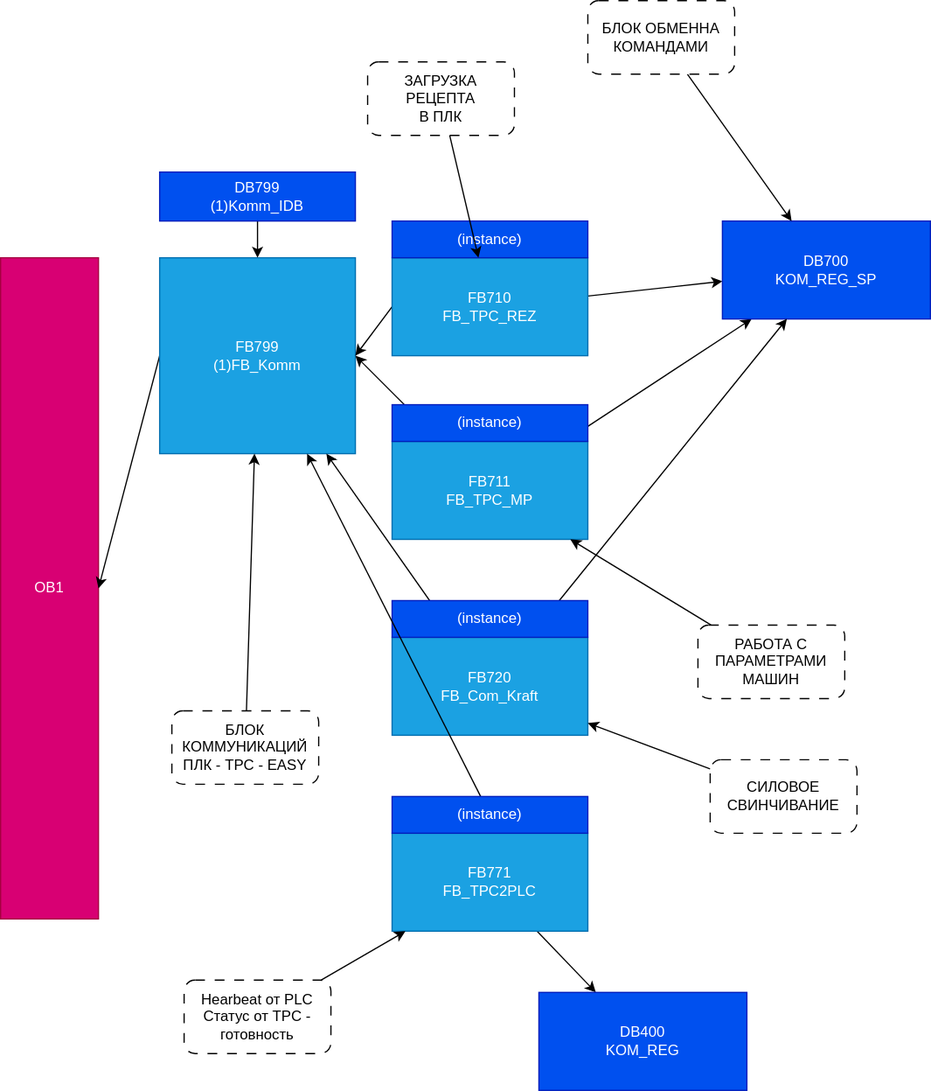
The draw.io diagram Doc/ПЛК400/OB1.drawio.svg in AlexFrick92/PNTZ.Mufta, before a commit. Source tidied: cells renumbered, new cells last; positions are measured from the earlier drawing's top-left corner, leaving out a move shared by most shapes.
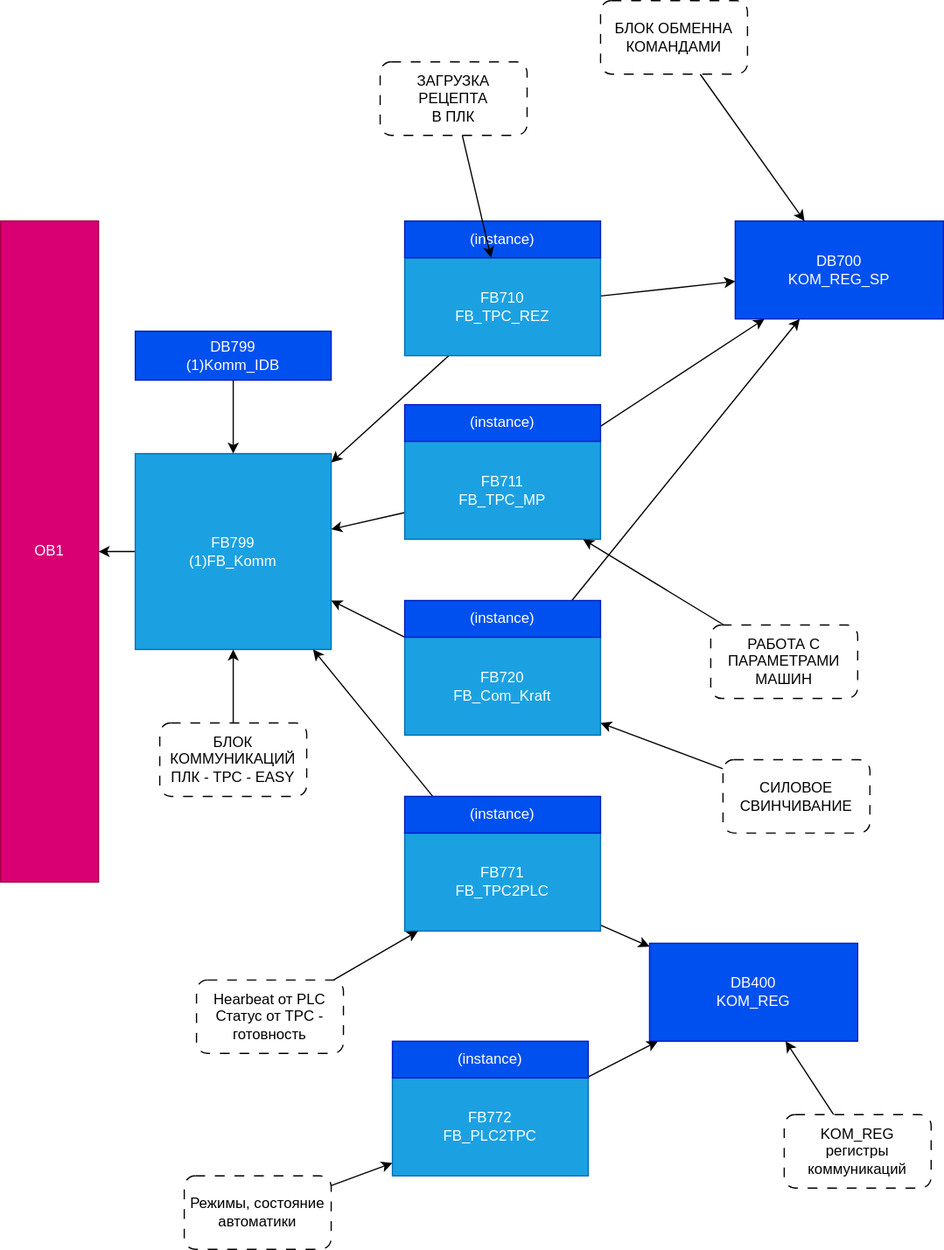
The same file after the commit.

The edit, as a diff of the source:
```diff
@@ -3,35 +3,35 @@
     <mxCell id="0" />
     <mxCell id="1" parent="0" />
     <mxCell id="2" value="OB1" style="rounded=0;whiteSpace=wrap;html=1;fillColor=#d80073;strokeColor=#A50040;fontColor=#ffffff;" parent="1" vertex="1">
-      <mxGeometry y="210" width="80" height="540" as="geometry" />
+      <mxGeometry x="-10" y="180" width="80" height="540" as="geometry" />
     </mxCell>
     <mxCell id="3" style="edgeStyle=none;html=1;exitX=0;exitY=0.5;exitDx=0;exitDy=0;entryX=1;entryY=0.5;entryDx=0;entryDy=0;" parent="1" edge="1" source="4" target="2">
       <mxGeometry relative="1" as="geometry" />
     </mxCell>
     <mxCell id="4" value="FB799&lt;br&gt;(1)FB_Komm" style="rounded=0;whiteSpace=wrap;html=1;fillColor=#1ba1e2;strokeColor=#006EAF;fontColor=#ffffff;" parent="1" vertex="1">
-      <mxGeometry x="130" y="210" width="160" height="160" as="geometry" />
+      <mxGeometry x="100" y="370" width="160" height="160" as="geometry" />
     </mxCell>
     <mxCell id="5" style="edgeStyle=none;html=1;entryX=0.5;entryY=0;entryDx=0;entryDy=0;exitX=0.5;exitY=1;exitDx=0;exitDy=0;" parent="1" edge="1" source="6" target="4">
       <mxGeometry relative="1" as="geometry" />
     </mxCell>
     <mxCell id="6" value="DB799&lt;br&gt;(1)Komm_IDB" style="rounded=0;whiteSpace=wrap;html=1;fillColor=#0050ef;strokeColor=#001DBC;fontColor=#ffffff;" parent="1" vertex="1">
-      <mxGeometry x="130" y="140" width="160" height="40" as="geometry" />
+      <mxGeometry x="100" y="270" width="160" height="40" as="geometry" />
     </mxCell>
+    <mxCell id="8" style="edgeStyle=none;html=1;" parent="1" edge="1" source="9" target="15">
+      <mxGeometry relative="1" as="geometry" />
+    </mxCell>
-    <mxCell id="7" style="edgeStyle=none;html=1;exitX=0;exitY=0.5;exitDx=0;exitDy=0;entryX=1;entryY=0.5;entryDx=0;entryDy=0;" parent="1" edge="1" source="9" target="4">
+    <mxCell id="7" style="edgeStyle=none;html=1;" parent="1" edge="1" source="9" target="4">
       <mxGeometry relative="1" as="geometry" />
     </mxCell>
-    <mxCell id="8" style="edgeStyle=none;html=1;" parent="1" edge="1" source="9" target="15">
-      <mxGeometry relative="1" as="geometry" />
-    </mxCell>
     <mxCell id="9" value="FB710 &lt;br&gt;FB_TPC_REZ " style="rounded=0;whiteSpace=wrap;html=1;fillColor=#1ba1e2;strokeColor=#006EAF;fontColor=#ffffff;" parent="1" vertex="1">
       <mxGeometry x="320" y="210" width="160" height="80" as="geometry" />
     </mxCell>
+    <mxCell id="11" style="edgeStyle=none;html=1;" parent="1" edge="1" source="12" target="15">
+      <mxGeometry relative="1" as="geometry" />
+    </mxCell>
-    <mxCell id="10" style="edgeStyle=none;html=1;entryX=1;entryY=0.5;entryDx=0;entryDy=0;" parent="1" edge="1" source="12" target="4">
+    <mxCell id="10" style="edgeStyle=none;html=1;" parent="1" edge="1" source="12" target="4">
       <mxGeometry relative="1" as="geometry" />
     </mxCell>
-    <mxCell id="11" style="edgeStyle=none;html=1;" parent="1" edge="1" source="12" target="15">
-      <mxGeometry relative="1" as="geometry" />
-    </mxCell>
     <mxCell id="12" value="FB711 &lt;br&gt;FB_TPC_MP  " style="rounded=0;whiteSpace=wrap;html=1;fillColor=#1ba1e2;strokeColor=#006EAF;fontColor=#ffffff;" parent="1" vertex="1">
       <mxGeometry x="320" y="360" width="160" height="80" as="geometry" />
     </mxCell>
@@ -60,14 +60,14 @@
       <mxGeometry relative="1" as="geometry" />
     </mxCell>
     <mxCell id="21" value="БЛОК КОММУНИКАЦИЙ&lt;br&gt;ПЛК - TPC - EASY" style="rounded=1;whiteSpace=wrap;html=1;dashed=1;dashPattern=8 8;" parent="1" vertex="1">
-      <mxGeometry x="140" y="580" width="120" height="60" as="geometry" />
+      <mxGeometry x="120" y="590" width="120" height="60" as="geometry" />
     </mxCell>
+    <mxCell id="23" style="edgeStyle=none;html=1;" parent="1" edge="1" source="24" target="15">
+      <mxGeometry relative="1" as="geometry" />
+    </mxCell>
     <mxCell id="22" style="edgeStyle=none;html=1;" parent="1" edge="1" source="24" target="4">
       <mxGeometry relative="1" as="geometry" />
     </mxCell>
-    <mxCell id="23" style="edgeStyle=none;html=1;" parent="1" edge="1" source="24" target="15">
-      <mxGeometry relative="1" as="geometry" />
-    </mxCell>
     <mxCell id="24" value="FB720&lt;br&gt;FB_Com_Kraft  " style="rounded=0;whiteSpace=wrap;html=1;fillColor=#1ba1e2;strokeColor=#006EAF;fontColor=#ffffff;" parent="1" vertex="1">
       <mxGeometry x="320" y="520" width="160" height="80" as="geometry" />
     </mxCell>
@@ -89,12 +89,12 @@
     <mxCell id="30" style="edgeStyle=none;html=1;" parent="1" edge="1" source="31" target="36">
       <mxGeometry relative="1" as="geometry" />
     </mxCell>
+    <mxCell id="37" style="edgeStyle=none;html=1;" parent="1" edge="1" source="31" target="4">
+      <mxGeometry relative="1" as="geometry" />
+    </mxCell>
     <mxCell id="31" value="FB771&lt;br&gt;FB_TPC2PLC" style="rounded=0;whiteSpace=wrap;html=1;fillColor=#1ba1e2;strokeColor=#006EAF;fontColor=#ffffff;" parent="1" vertex="1">
       <mxGeometry x="320" y="680" width="160" height="80" as="geometry" />
     </mxCell>
-    <mxCell id="32" style="edgeStyle=none;html=1;" parent="1" edge="1" source="33" target="4">
-      <mxGeometry relative="1" as="geometry" />
-    </mxCell>
     <mxCell id="33" value="(instance)" style="rounded=0;whiteSpace=wrap;html=1;fillColor=#0050ef;strokeColor=#001DBC;fontColor=#ffffff;" parent="1" vertex="1">
       <mxGeometry x="320" y="650" width="160" height="30" as="geometry" />
     </mxCell>
@@ -105,7 +105,28 @@
       <mxGeometry x="150" y="800" width="120" height="60" as="geometry" />
     </mxCell>
     <mxCell id="36" value="DB400&lt;br&gt;KOM_REG" style="rounded=0;whiteSpace=wrap;html=1;fillColor=#0050ef;strokeColor=#001DBC;fontColor=#ffffff;" parent="1" vertex="1">
-      <mxGeometry x="440" y="810" width="170" height="80" as="geometry" />
+      <mxGeometry x="520" y="770" width="170" height="80" as="geometry" />
     </mxCell>
+    <mxCell id="38" style="edgeStyle=none;html=1;" parent="1" edge="1" source="39" target="36">
+      <mxGeometry relative="1" as="geometry" />
+    </mxCell>
+    <mxCell id="39" value="FB772&lt;br&gt;FB_PLC2TPC" style="rounded=0;whiteSpace=wrap;html=1;fillColor=#1ba1e2;strokeColor=#006EAF;fontColor=#ffffff;" parent="1" vertex="1">
+      <mxGeometry x="310" y="880" width="160" height="80" as="geometry" />
+    </mxCell>
+    <mxCell id="40" value="(instance)" style="rounded=0;whiteSpace=wrap;html=1;fillColor=#0050ef;strokeColor=#001DBC;fontColor=#ffffff;" parent="1" vertex="1">
+      <mxGeometry x="310" y="850" width="160" height="30" as="geometry" />
+    </mxCell>
+    <mxCell id="41" style="edgeStyle=none;html=1;" parent="1" edge="1" source="42" target="39">
+      <mxGeometry relative="1" as="geometry" />
+    </mxCell>
+    <mxCell id="42" value="Режимы, состояние автоматики" style="rounded=1;whiteSpace=wrap;html=1;dashed=1;dashPattern=8 8;" parent="1" vertex="1">
+      <mxGeometry x="140" y="960" width="120" height="60" as="geometry" />
+    </mxCell>
+    <mxCell id="43" style="edgeStyle=none;html=1;" parent="1" edge="1" source="44" target="36">
+      <mxGeometry relative="1" as="geometry" />
+    </mxCell>
+    <mxCell id="44" value="KOM_REG&lt;br&gt;регистры коммуникаций" style="rounded=1;whiteSpace=wrap;html=1;dashed=1;dashPattern=8 8;" parent="1" vertex="1">
+      <mxGeometry x="630" y="910" width="120" height="60" as="geometry" />
+    </mxCell>
   </root>
 </mxGraphModel>
```
